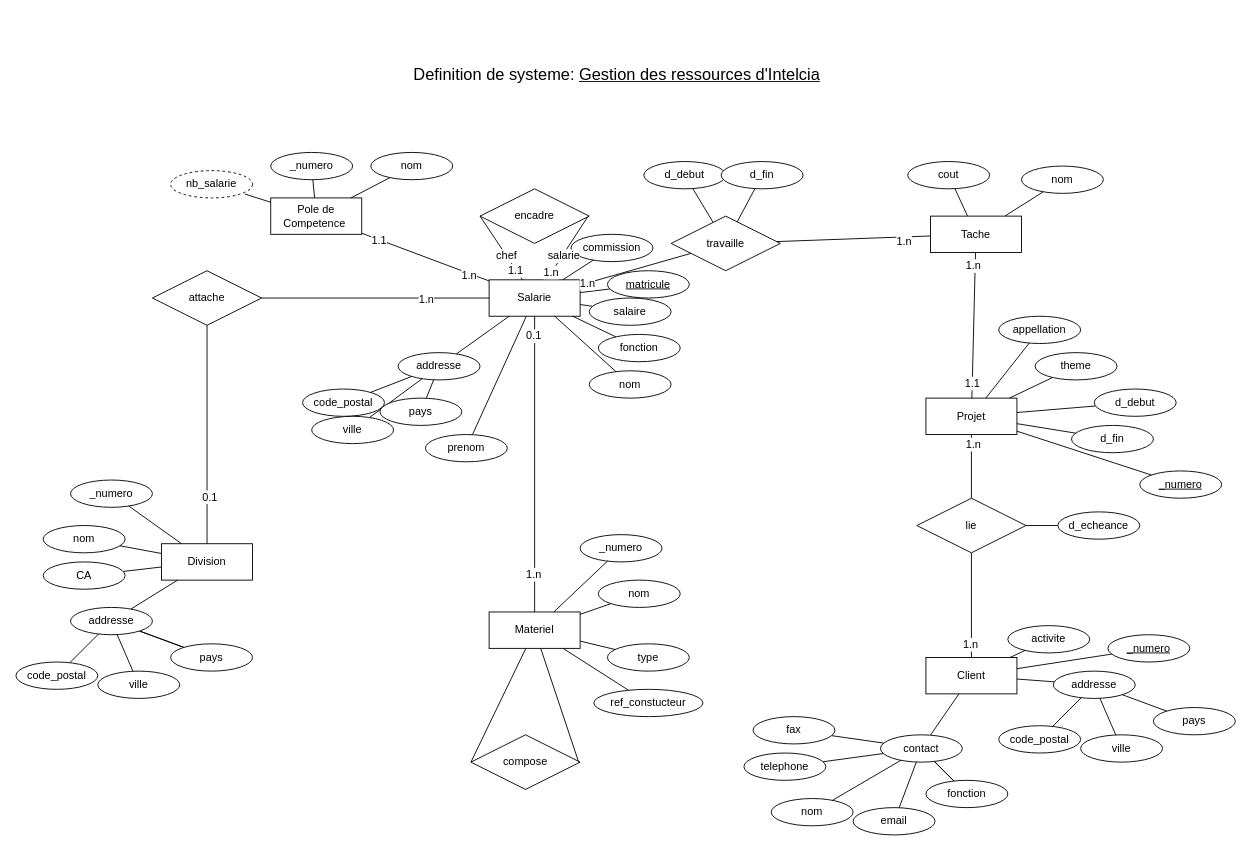
This is page "Analyse (ER Diagram)" (1 of 5) of UML Diagrams/Intelcia.drawio from Fullstack-Java-Angular/intelcia-group, a draw.io file, before an edit. Source tidied: cells renumbered, new cells numbered last; positions are measured from the earlier drawing's top-left corner, leaving out a move shared by most shapes. Both pictures are drawn from the tidied source at 91%, with x=0, y=0 at pixel (15, 61).
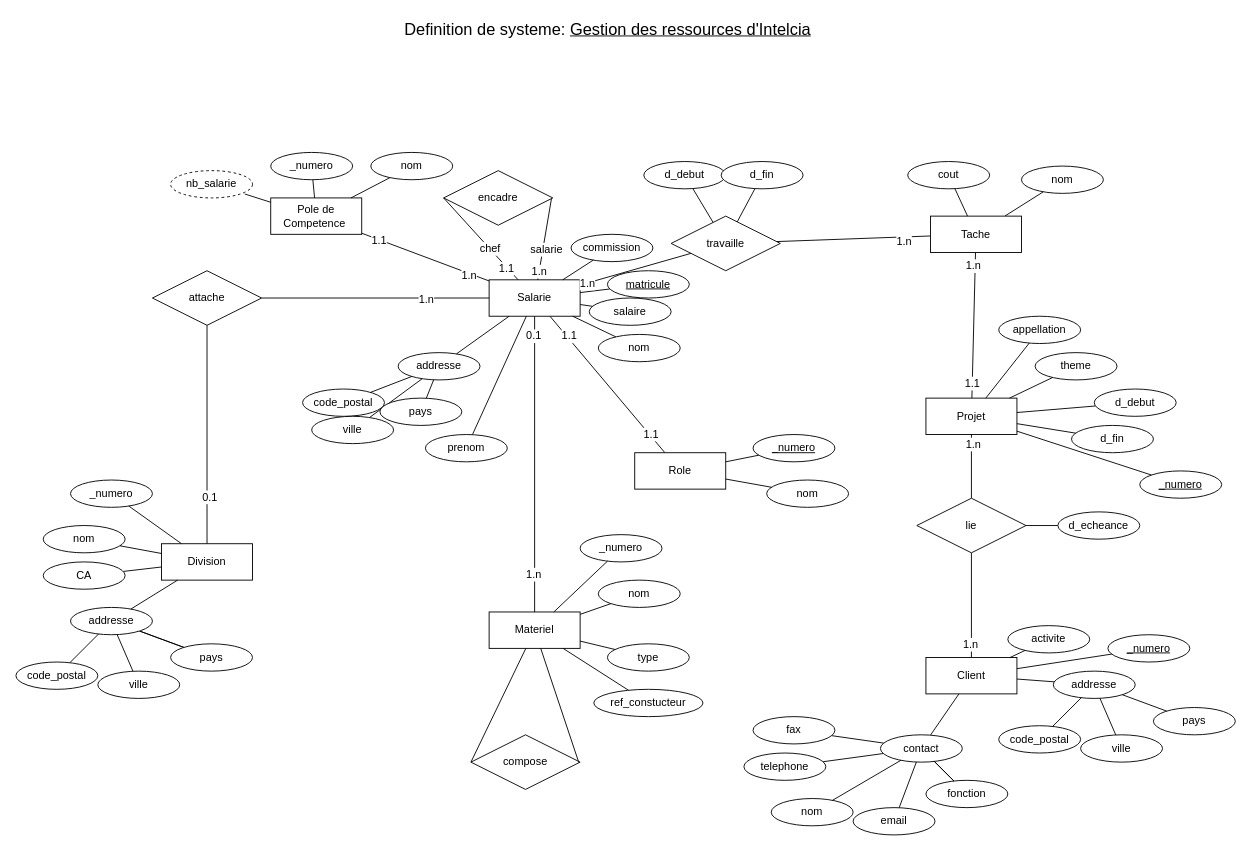
Above is the later version.

Commit message (it also covers changes not shown here):
Add role entity to ER diagram

Unchanged cells that the change refers to:
```xml
<mxCell id="4" style="group;" parent="1" vertex="1">
  <mxGeometry x="520" y="190" width="210" height="180" as="geometry" />
</mxCell>
<mxCell id="5" value="Salarie" style="whiteSpace=wrap;html=1;align=center;fontFamily=Agave;" parent="4" vertex="1">
  <mxGeometry y="50" width="100" height="40" as="geometry" />
</mxCell>
```

Diff of the diagram source:
```diff
@@
     <mxCell id="3" value="Definition de systeme:&amp;nbsp;&lt;u&gt;Gestion des ressources d'Intelcia&lt;/u&gt;" style="text;html=1;align=center;verticalAlign=middle;fillColor=none;strokeColor=none;rounded=0;fontFamily=Agave;fontSize=18;" parent="1" vertex="1">
-      <mxGeometry x="400" width="520" height="30" as="geometry" />
+      <mxGeometry x="390" y="-50" width="520" height="30" as="geometry" />
     </mxCell>
@@
-    <mxCell id="8" value="fonction" style="ellipse;whiteSpace=wrap;html=1;align=center;fontFamily=Agave;fontSize=12;" parent="4" vertex="1">
-      <mxGeometry x="120" y="110" width="90" height="30" as="geometry" />
-    </mxCell>
-    <mxCell id="9" style="edgeStyle=none;rounded=0;jettySize=auto;html=1;fontFamily=Agave;fontSize=12;endArrow=none;endFill=0;" parent="4" edge="1" source="5" target="8">
-      <mxGeometry relative="1" as="geometry" />
-    </mxCell>
@@
     <mxCell id="14" value="nom" style="ellipse;whiteSpace=wrap;html=1;align=center;fontFamily=Agave;fontSize=12;" parent="4" vertex="1">
-      <mxGeometry x="110" y="150" width="90" height="30" as="geometry" />
+      <mxGeometry x="120" y="110" width="90" height="30" as="geometry" />
     </mxCell>
@@
     <mxCell id="83" value="encadre" style="shape=rhombus;perimeter=rhombusPerimeter;whiteSpace=wrap;html=1;align=center;fontFamily=Agave;fontSize=12;" parent="1" vertex="1">
-      <mxGeometry x="510" y="140" width="120" height="60" as="geometry" />
+      <mxGeometry x="470" y="120" width="120" height="60" as="geometry" />
     </mxCell>
@@
+    <mxCell id="147" style="edgeStyle=none;rounded=0;jettySize=auto;html=1;fontFamily=Agave;fontSize=12;endArrow=none;endFill=0;" parent="1" edge="1" source="5" target="151">
+      <mxGeometry relative="1" as="geometry" />
+    </mxCell>
+    <mxCell id="148" value="1.1" style="edgeLabel;html=1;align=center;verticalAlign=middle;fontSize=12;fontFamily=Agave;" parent="147" vertex="1">
+      <mxGeometry x="0.73" y="1" relative="1" as="geometry" />
+    </mxCell>
+    <mxCell id="149" value="1.1" style="edgeLabel;html=1;align=center;verticalAlign=middle;fontSize=12;fontFamily=Agave;" parent="147" vertex="1">
+      <mxGeometry x="-0.69" y="2" relative="1" as="geometry" />
+    </mxCell>
+    <mxCell id="150" style="group;" parent="1" vertex="1">
+      <mxGeometry x="680" y="410" width="235" height="80" as="geometry" />
+    </mxCell>
+    <mxCell id="151" value="Role" style="whiteSpace=wrap;html=1;align=center;fontFamily=Agave;" parent="150" vertex="1">
+      <mxGeometry y="20" width="100" height="40" as="geometry" />
+    </mxCell>
+    <mxCell id="152" style="edgeStyle=none;rounded=0;jettySize=auto;html=1;fontFamily=Agave;fontSize=12;endArrow=none;endFill=0;" parent="150" edge="1" source="153" target="151">
+      <mxGeometry relative="1" as="geometry" />
+    </mxCell>
+    <mxCell id="153" value="&lt;u&gt;_numero&lt;/u&gt;" style="ellipse;whiteSpace=wrap;html=1;align=center;fontFamily=Agave;fontSize=12;" parent="150" vertex="1">
+      <mxGeometry x="130" width="90" height="30" as="geometry" />
+    </mxCell>
+    <mxCell id="154" value="nom" style="ellipse;whiteSpace=wrap;html=1;align=center;fontFamily=Agave;fontSize=12;" parent="150" vertex="1">
+      <mxGeometry x="145" y="50" width="90" height="30" as="geometry" />
+    </mxCell>
+    <mxCell id="155" style="edgeStyle=none;rounded=0;jettySize=auto;html=1;fontFamily=Agave;fontSize=12;endArrow=none;endFill=0;" parent="150" edge="1" source="154" target="151">
+      <mxGeometry relative="1" as="geometry" />
+    </mxCell>
```
